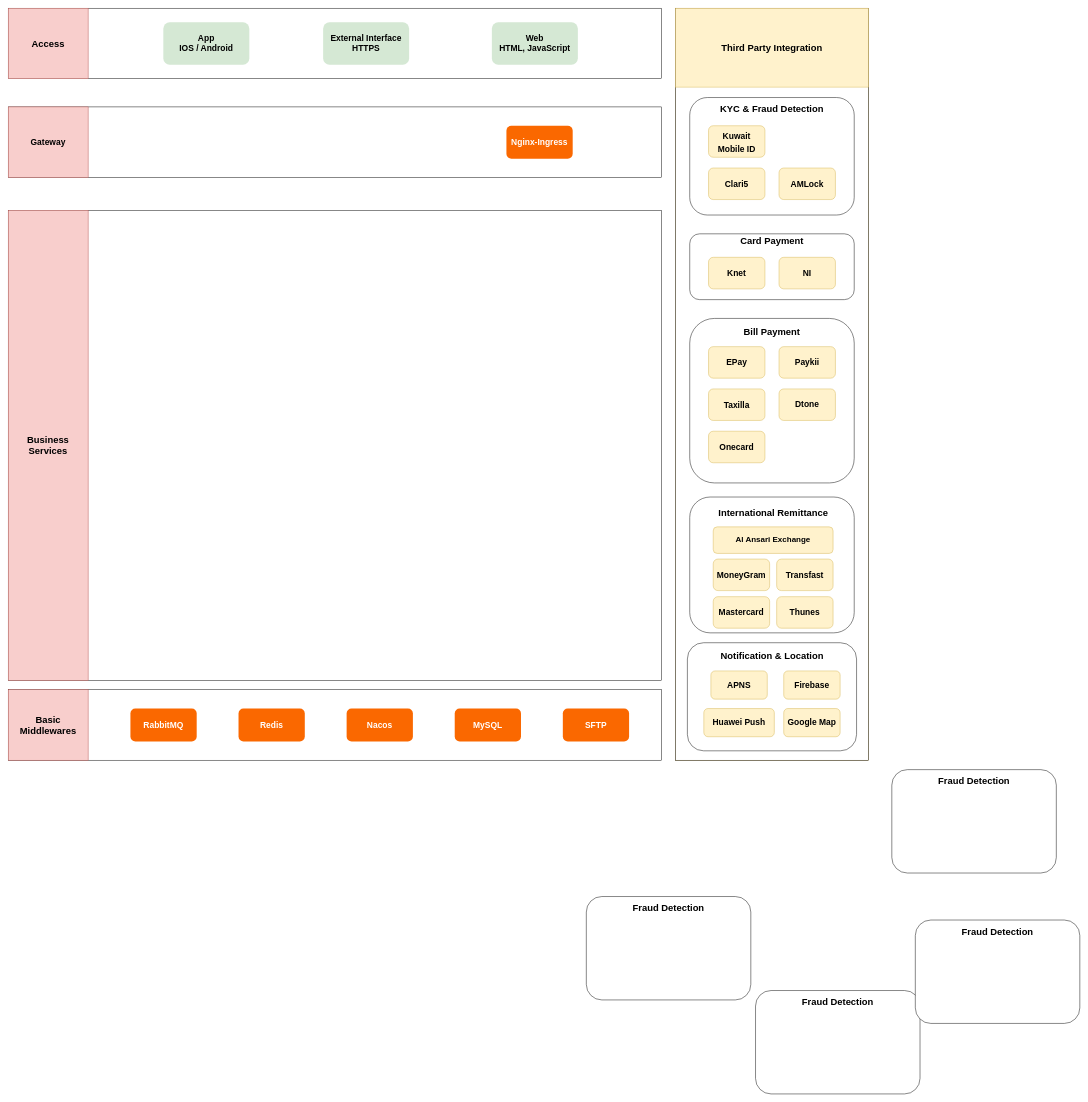
Earlier version of the draw.io diagram wallet_kwt_archi.drawio (EricLuoisme/own-diagrams-draw-io). Source tidied: cells renumbered, new cells numbered last; positions are measured from the earlier drawing's top-left corner, leaving out a move shared by most shapes. Both pictures are drawn from the tidied source at 47%, with x=0, y=0 at pixel (8, 8).
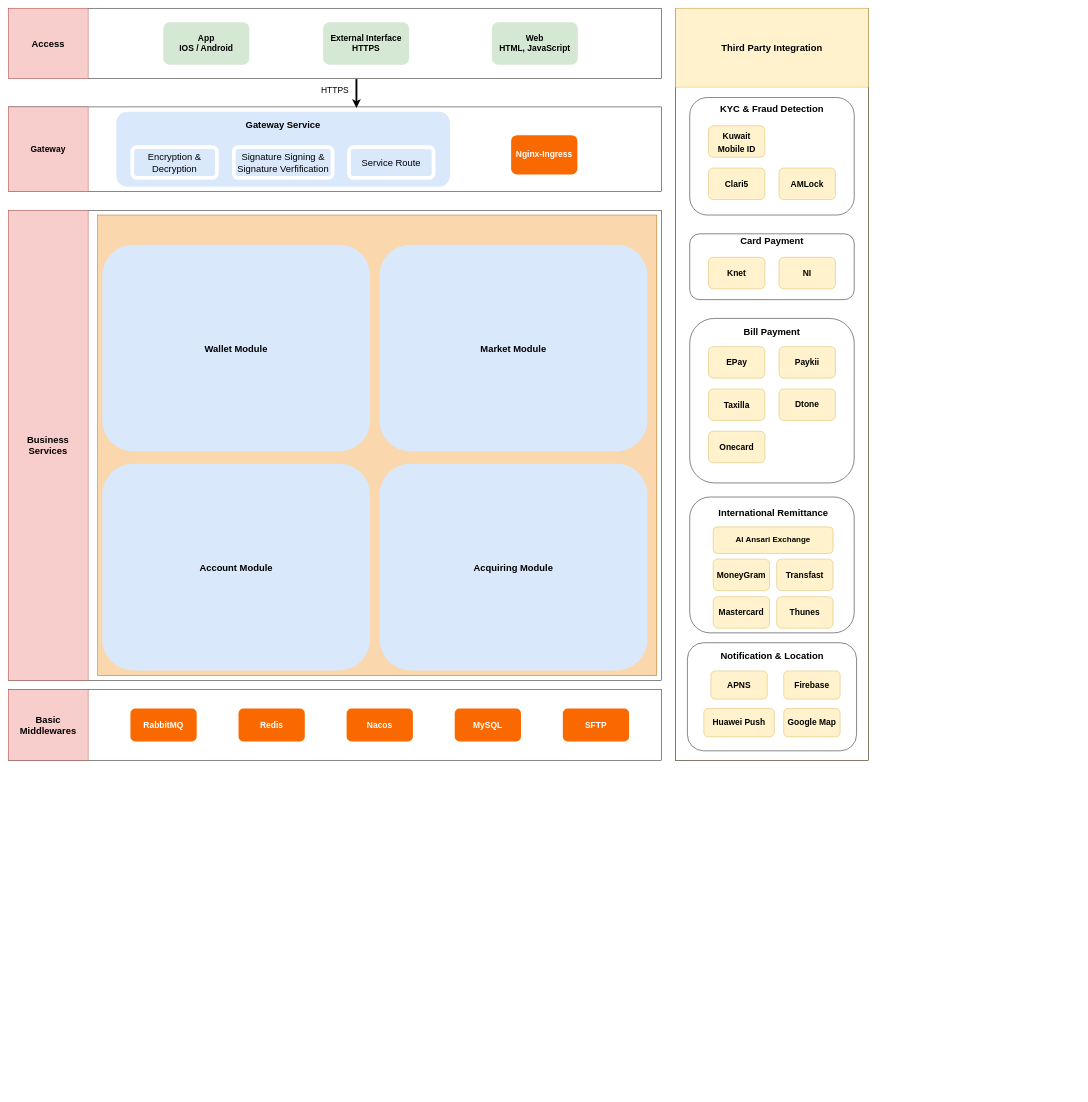
After the change.

The change refers to these unchanged cells:
```xml
<mxCell id="3" style="rounded=0;whiteSpace=wrap;html=1;fontSize=11;strokeWidth=1;" parent="2" vertex="1">
  <mxGeometry width="1390" height="150" as="geometry" />
</mxCell>
```

What changed in the source:
```diff
@@
     <mxCell id="8" style="group;" parent="1" vertex="1">
-      <mxGeometry y="210" width="1390" height="150" as="geometry" />
+      <mxGeometry y="210" width="1390" height="180" as="geometry" />
     </mxCell>
     <mxCell id="9" style="rounded=0;whiteSpace=wrap;html=1;fontSize=11;strokeWidth=1;" parent="8" vertex="1">
-      <mxGeometry width="1390" height="150" as="geometry" />
+      <mxGeometry width="1390" height="180" as="geometry" />
     </mxCell>
     <mxCell id="10" value="&lt;font style=&quot;font-size: 18px;&quot;&gt;&lt;b&gt;Gateway&lt;/b&gt;&lt;/font&gt;" style="rounded=0;whiteSpace=wrap;html=1;fillColor=#f8cecc;strokeColor=#b85450;" parent="8" vertex="1">
-      <mxGeometry width="170" height="150" as="geometry" />
+      <mxGeometry width="170" height="180" as="geometry" />
     </mxCell>
     <mxCell id="11" value="&lt;font color=&quot;#ffffff&quot; style=&quot;font-size: 18px;&quot;&gt;&lt;b&gt;Nginx-Ingress&lt;/b&gt;&lt;/font&gt;" style="rounded=1;whiteSpace=wrap;html=1;labelBorderColor=none;fillColor=#fa6800;strokeColor=none;fontColor=#000000;" parent="8" vertex="1">
-      <mxGeometry x="1060" y="40" width="141" height="70" as="geometry" />
+      <mxGeometry x="1070" y="60" width="141" height="84" as="geometry" />
     </mxCell>
+    <mxCell id="71" style="group;" parent="8" vertex="1">
+      <mxGeometry x="230" y="10" width="710" height="160" as="geometry" />
+    </mxCell>
+    <mxCell id="72" style="rounded=1;whiteSpace=wrap;html=1;fillColor=#dae8fc;strokeColor=none;" parent="71" vertex="1">
+      <mxGeometry width="710" height="160" as="geometry" />
+    </mxCell>
+    <mxCell id="73" value="&lt;font style=&quot;font-size: 20px;&quot;&gt;Gateway Service&lt;/font&gt;" style="text;strokeColor=none;align=center;fillColor=none;html=1;verticalAlign=middle;whiteSpace=wrap;rounded=0;fontStyle=1;" parent="71" vertex="1">
+      <mxGeometry x="215" y="9.4" width="280" height="37.6" as="geometry" />
+    </mxCell>
+    <mxCell id="74" value="&lt;font style=&quot;font-size: 20px;&quot;&gt;Encryption &amp;amp; Decryption&lt;/font&gt;" style="rounded=1;whiteSpace=wrap;html=1;fillColor=#dae8fc;strokeColor=#FFFFFF;strokeWidth=8;" parent="71" vertex="1">
+      <mxGeometry x="34" y="75.3" width="180" height="65.9" as="geometry" />
+    </mxCell>
+    <mxCell id="75" value="&lt;font style=&quot;font-size: 20px;&quot;&gt;Signature Signing &amp;amp; Signature Verfification&lt;/font&gt;" style="rounded=1;whiteSpace=wrap;html=1;fillColor=#dae8fc;strokeColor=#FFFFFF;strokeWidth=8;" parent="71" vertex="1">
+      <mxGeometry x="250" y="75.3" width="210" height="65.9" as="geometry" />
+    </mxCell>
+    <mxCell id="76" value="&lt;font style=&quot;font-size: 20px;&quot;&gt;Service Route&lt;/font&gt;" style="rounded=1;whiteSpace=wrap;html=1;fillColor=#dae8fc;strokeColor=#FFFFFF;strokeWidth=8;" parent="71" vertex="1">
+      <mxGeometry x="495" y="75.3" width="180" height="65.9" as="geometry" />
+    </mxCell>
     <mxCell id="12" style="group;" parent="1" vertex="1">
-      <mxGeometry y="430" width="1390" height="1000" as="geometry" />
+      <mxGeometry y="430" width="1420" height="1050" as="geometry" />
     </mxCell>
@@
+    <mxCell id="77" style="rounded=0;whiteSpace=wrap;html=1;fillColor=#fad7ac;strokeColor=#b46504;" parent="12" vertex="1">
+      <mxGeometry x="190" y="10" width="1190" height="980" as="geometry" />
+    </mxCell>
+    <mxCell id="78" value="&lt;b&gt;&lt;font style=&quot;font-size: 20px;&quot;&gt;Wallet Module&lt;/font&gt;&lt;/b&gt;" style="rounded=1;whiteSpace=wrap;html=1;fillColor=#dae8fc;strokeColor=none;" parent="12" vertex="1">
+      <mxGeometry x="200" y="73" width="570" height="440" as="geometry" />
+    </mxCell>
+    <mxCell id="79" value="&lt;b&gt;&lt;font style=&quot;font-size: 20px;&quot;&gt;Account Module&lt;/font&gt;&lt;/b&gt;" style="rounded=1;whiteSpace=wrap;html=1;fillColor=#dae8fc;strokeColor=none;" parent="12" vertex="1">
+      <mxGeometry x="200" y="539" width="570" height="440" as="geometry" />
+    </mxCell>
+    <mxCell id="80" value="&lt;b&gt;&lt;font style=&quot;font-size: 20px;&quot;&gt;Market Module&lt;/font&gt;&lt;/b&gt;" style="rounded=1;whiteSpace=wrap;html=1;fillColor=#dae8fc;strokeColor=none;" parent="12" vertex="1">
+      <mxGeometry x="790" y="73" width="570" height="440" as="geometry" />
+    </mxCell>
+    <mxCell id="81" value="&lt;b&gt;&lt;font style=&quot;font-size: 20px;&quot;&gt;Acquiring Module&lt;/font&gt;&lt;/b&gt;" style="rounded=1;whiteSpace=wrap;html=1;fillColor=#dae8fc;strokeColor=none;" parent="12" vertex="1">
+      <mxGeometry x="790" y="539" width="570" height="440" as="geometry" />
+    </mxCell>
@@
-    <mxCell id="23" style="group;" parent="1" vertex="1">
-      <mxGeometry x="1590" y="2090" width="350" height="220" as="geometry" />
-    </mxCell>
-    <mxCell id="24" style="rounded=1;whiteSpace=wrap;html=1;" parent="23" vertex="1">
-      <mxGeometry width="350" height="220" as="geometry" />
-    </mxCell>
-    <mxCell id="25" value="&lt;font size=&quot;1&quot; style=&quot;&quot;&gt;&lt;b style=&quot;font-size: 20px;&quot;&gt;Fraud Detection&lt;/b&gt;&lt;/font&gt;" style="text;strokeColor=none;align=center;fillColor=none;html=1;verticalAlign=middle;whiteSpace=wrap;rounded=0;" parent="23" vertex="1">
-      <mxGeometry x="59.9" width="230.3" height="47.8" as="geometry" />
-    </mxCell>
-    <mxCell id="26" style="group;" parent="1" vertex="1">
-      <mxGeometry x="1930" y="1940" width="350" height="220" as="geometry" />
-    </mxCell>
-    <mxCell id="27" style="rounded=1;whiteSpace=wrap;html=1;" parent="26" vertex="1">
-      <mxGeometry width="350" height="220" as="geometry" />
-    </mxCell>
-    <mxCell id="28" value="&lt;font size=&quot;1&quot; style=&quot;&quot;&gt;&lt;b style=&quot;font-size: 20px;&quot;&gt;Fraud Detection&lt;/b&gt;&lt;/font&gt;" style="text;strokeColor=none;align=center;fillColor=none;html=1;verticalAlign=middle;whiteSpace=wrap;rounded=0;" parent="26" vertex="1">
-      <mxGeometry x="59.9" width="230.3" height="47.8" as="geometry" />
-    </mxCell>
-    <mxCell id="29" style="group;" parent="1" vertex="1">
-      <mxGeometry x="1230" y="1890" width="350" height="220" as="geometry" />
-    </mxCell>
-    <mxCell id="30" style="rounded=1;whiteSpace=wrap;html=1;" parent="29" vertex="1">
-      <mxGeometry width="350" height="220" as="geometry" />
-    </mxCell>
-    <mxCell id="31" value="&lt;font size=&quot;1&quot; style=&quot;&quot;&gt;&lt;b style=&quot;font-size: 20px;&quot;&gt;Fraud Detection&lt;/b&gt;&lt;/font&gt;" style="text;strokeColor=none;align=center;fillColor=none;html=1;verticalAlign=middle;whiteSpace=wrap;rounded=0;" parent="29" vertex="1">
-      <mxGeometry x="59.9" width="230.3" height="47.8" as="geometry" />
-    </mxCell>
-    <mxCell id="32" style="group;" parent="1" vertex="1">
-      <mxGeometry x="1880" y="1620" width="350" height="220" as="geometry" />
-    </mxCell>
-    <mxCell id="33" style="rounded=1;whiteSpace=wrap;html=1;" parent="32" vertex="1">
-      <mxGeometry width="350" height="220" as="geometry" />
-    </mxCell>
-    <mxCell id="34" value="&lt;font size=&quot;1&quot; style=&quot;&quot;&gt;&lt;b style=&quot;font-size: 20px;&quot;&gt;Fraud Detection&lt;/b&gt;&lt;/font&gt;" style="text;strokeColor=none;align=center;fillColor=none;html=1;verticalAlign=middle;whiteSpace=wrap;rounded=0;" parent="32" vertex="1">
-      <mxGeometry x="59.9" width="230.3" height="47.8" as="geometry" />
-    </mxCell>
@@
+    <mxCell id="82" style="endArrow=classic;html=1;rounded=0;entryX=0.533;entryY=0.012;entryDx=0;entryDy=0;entryPerimeter=0;strokeWidth=4;exitX=0.533;exitY=1.005;exitDx=0;exitDy=0;exitPerimeter=0;" parent="1" edge="1" source="3" target="9">
+      <mxGeometry relative="1" as="geometry" />
+    </mxCell>
+    <mxCell id="83" value="&lt;font style=&quot;font-size: 18px;&quot;&gt;HTTPS&lt;/font&gt;" style="edgeLabel;html=1;align=center;verticalAlign=middle;" parent="82" vertex="1">
+      <mxGeometry x="-0.21" relative="1" as="geometry">
+        <mxPoint x="-46" as="offset" />
+      </mxGeometry>
+    </mxCell>
```
